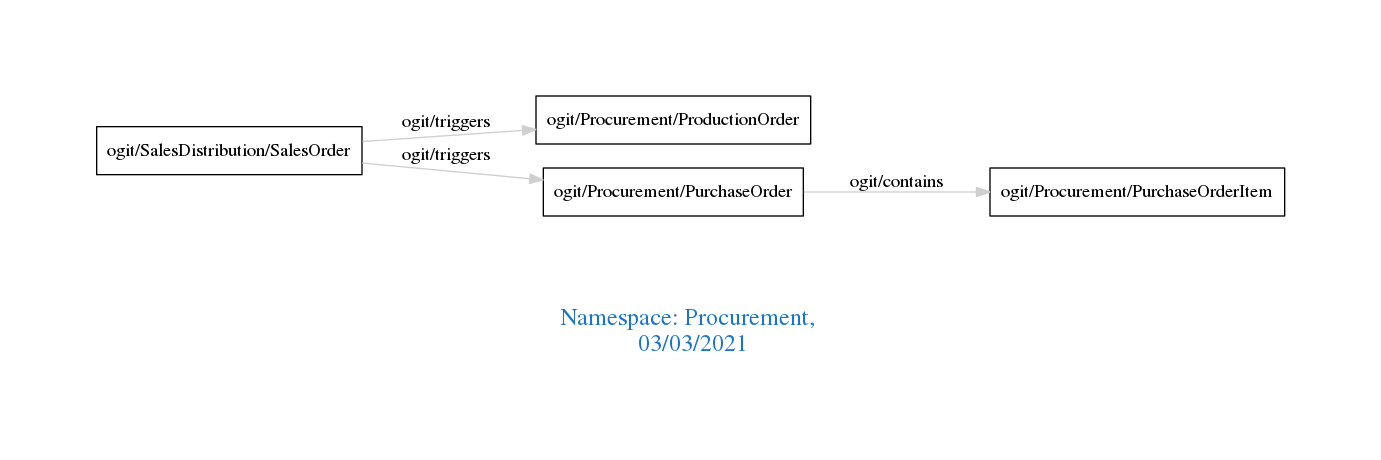
Before: downloads/Procurement.png, a diagram exported from Graphviz (arago/OGIT). Its source is kept beside it as downloads/Procurement.dot.
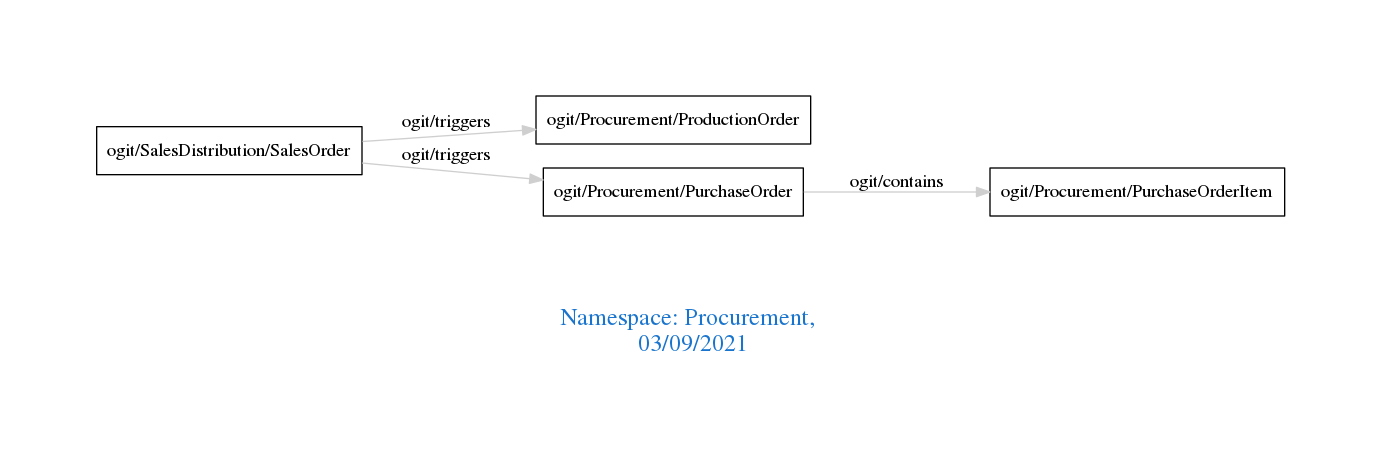
After the change.

Change to the diagram source:
```diff
@@ -1,7 +1,7 @@
 digraph OGIT_ontology {
  graph [ rankdir= LR,pad=1
 fontsize = 18,
-fontcolor= dodgerblue3,label = "\n\n\nNamespace: Procurement, \n 03/03/2021"];
+fontcolor= dodgerblue3,label = "\n\n\nNamespace: Procurement, \n 03/09/2021"];
 node[shape=polygon];
 edge [  color="gray81"];
 
```
